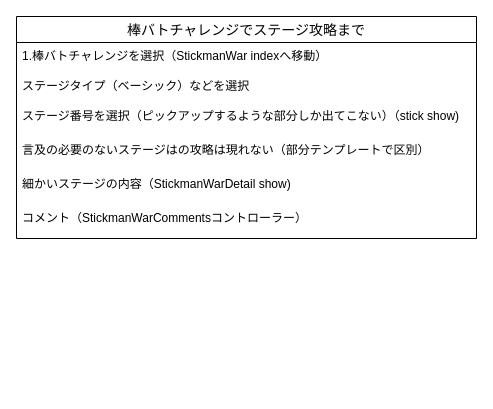
runba3011/runba_home keeps this draw.io diagram as memo.dio. Above is the earlier version. Source tidied: cells renumbered, new cells numbered last; positions are measured from the earlier drawing's top-left corner, leaving out a move shared by most shapes. Both pictures are drawn from the tidied source at 100%, with x=0, y=0 at pixel (16, 16).
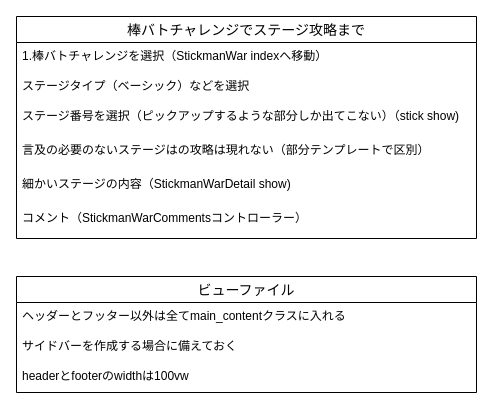
The same page after the edit.

Change to the diagram source:
```diff
@@
 <mxGraphModel>
   <root>
     <mxCell id="0" />
     <mxCell id="1" parent="0" />
     <mxCell id="2" value="棒バトチャレンジでステージ攻略まで" style="swimlane;fontStyle=0;horizontal=1;startSize=26;align=center;fontSize=14;" parent="1" vertex="1">
       <mxGeometry width="460" height="222" as="geometry" />
     </mxCell>
     <mxCell id="3" value="1.棒バトチャレンジを選択（StickmanWar indexへ移動）" style="text;strokeColor=none;fillColor=none;spacingLeft=4;spacingRight=4;overflow=hidden;fontSize=12;" parent="2" vertex="1">
       <mxGeometry y="26" width="460" height="30" as="geometry" />
     </mxCell>
     <mxCell id="4" value="ステージタイプ（ベーシック）などを選択" style="text;strokeColor=none;fillColor=none;spacingLeft=4;spacingRight=4;overflow=hidden;fontSize=12;" parent="2" vertex="1">
       <mxGeometry y="56" width="460" height="30" as="geometry" />
     </mxCell>
     <mxCell id="5" value="ステージ番号を選択（ピックアップするような部分しか出てこない）（stick show)" style="text;strokeColor=none;fillColor=none;spacingLeft=4;spacingRight=4;overflow=hidden;fontSize=12;" parent="2" vertex="1">
       <mxGeometry y="86" width="460" height="34" as="geometry" />
     </mxCell>
     <mxCell id="6" value="言及の必要のないステージはの攻略は現れない（部分テンプレートで区別）" style="text;strokeColor=none;fillColor=none;spacingLeft=4;spacingRight=4;overflow=hidden;fontSize=12;" parent="2" vertex="1">
       <mxGeometry y="120" width="460" height="34" as="geometry" />
     </mxCell>
     <mxCell id="7" value="細かいステージの内容（StickmanWarDetail show)" style="text;strokeColor=none;fillColor=none;spacingLeft=4;spacingRight=4;overflow=hidden;fontSize=12;" parent="2" vertex="1">
       <mxGeometry y="154" width="460" height="34" as="geometry" />
     </mxCell>
     <mxCell id="8" value="コメント（StickmanWarCommentsコントローラー）" style="text;strokeColor=none;fillColor=none;spacingLeft=4;spacingRight=4;overflow=hidden;fontSize=12;" parent="2" vertex="1">
       <mxGeometry y="188" width="460" height="34" as="geometry" />
     </mxCell>
+    <mxCell id="9" value="ビューファイル" style="swimlane;fontStyle=0;horizontal=1;startSize=26;align=center;fontSize=14;" parent="1" vertex="1">
+      <mxGeometry y="260" width="460" height="116" as="geometry" />
+    </mxCell>
+    <mxCell id="10" value="ヘッダーとフッター以外は全てmain_contentクラスに入れる" style="text;strokeColor=none;fillColor=none;spacingLeft=4;spacingRight=4;overflow=hidden;fontSize=12;" parent="9" vertex="1">
+      <mxGeometry y="26" width="460" height="30" as="geometry" />
+    </mxCell>
+    <mxCell id="11" value="サイドバーを作成する場合に備えておく" style="text;strokeColor=none;fillColor=none;spacingLeft=4;spacingRight=4;overflow=hidden;fontSize=12;" parent="9" vertex="1">
+      <mxGeometry y="56" width="460" height="30" as="geometry" />
+    </mxCell>
+    <mxCell id="12" value="headerとfooterのwidthは100vw" style="text;strokeColor=none;fillColor=none;spacingLeft=4;spacingRight=4;overflow=hidden;fontSize=12;" parent="9" vertex="1">
+      <mxGeometry y="86" width="460" height="30" as="geometry" />
+    </mxCell>
   </root>
 </mxGraphModel>
```
